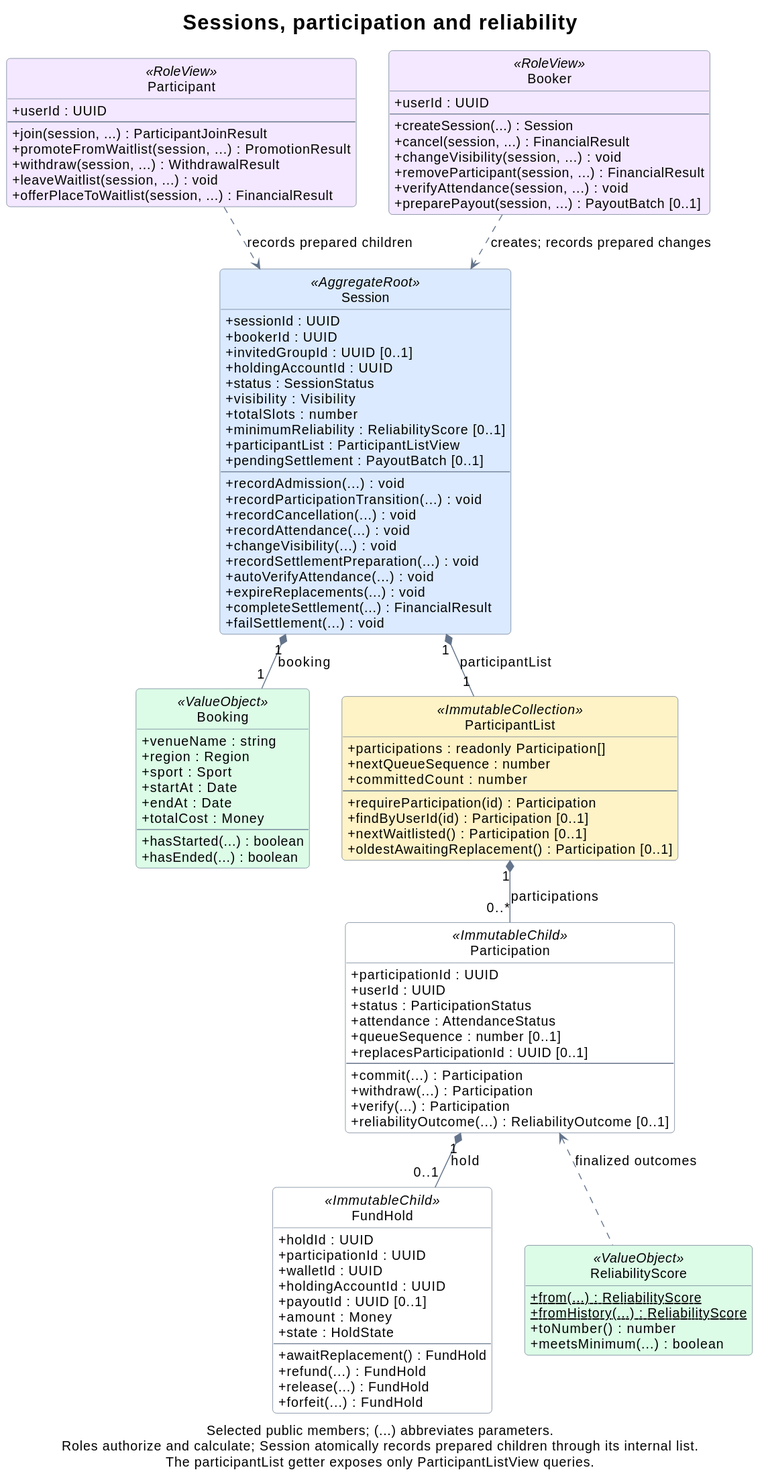
This is docs/assets/domain-sessions.svg from rbrishi15/booking-web-manager, a PlantUML export, as it was before one commit.
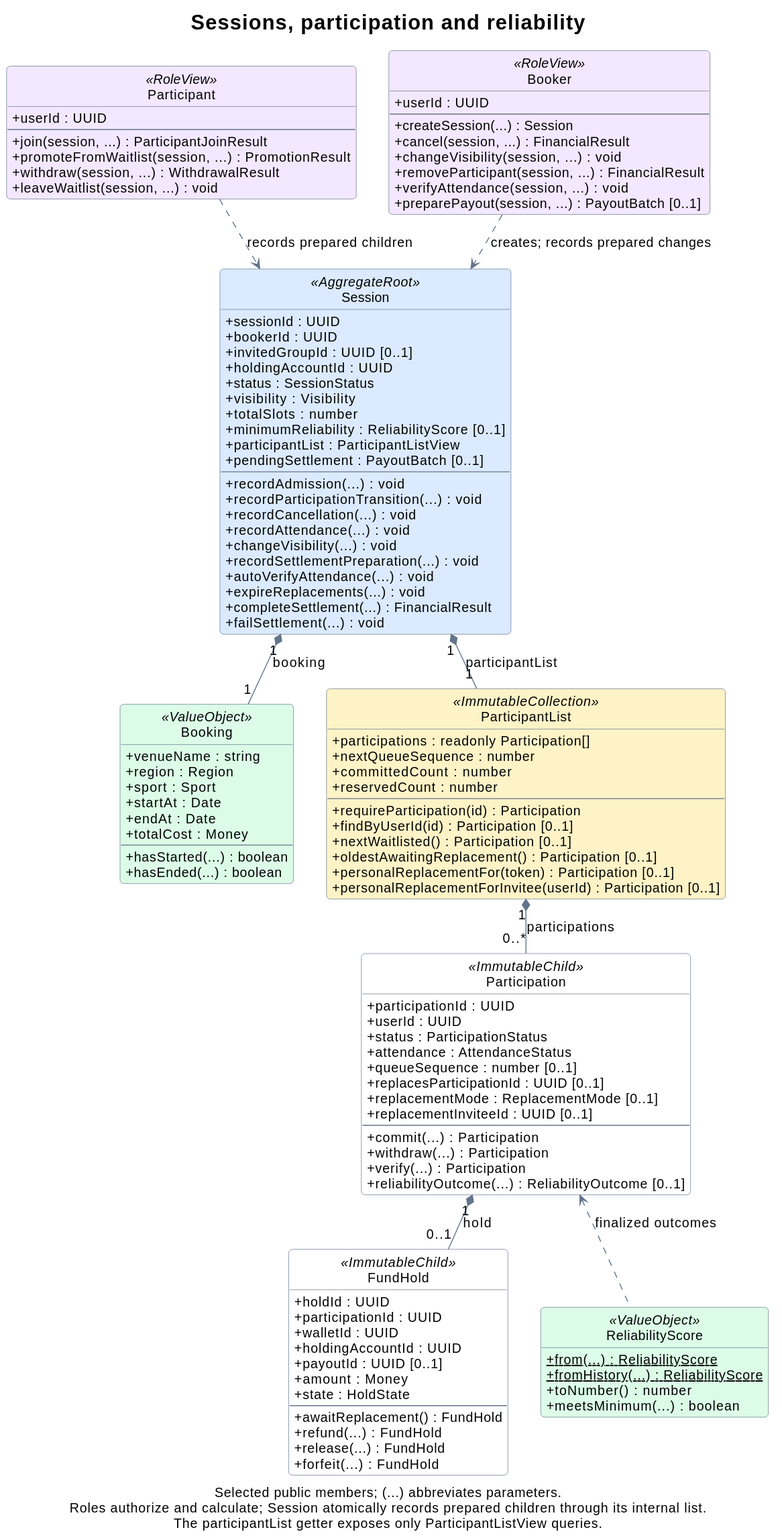
The same file after the commit.

Change to the diagram source:
```diff
@@ -53,7 +53,6 @@
   +promoteFromWaitlist(session, ...) : PromotionResult
   +withdraw(session, ...) : WithdrawalResult
   +leaveWaitlist(session, ...) : void
-  +offerPlaceToWaitlist(session, ...) : FinancialResult
 }
 
 class Booker <<RoleView>> {
@@ -83,11 +82,14 @@
   +participations : readonly Participation[]
   +nextQueueSequence : number
   +committedCount : number
+  +reservedCount : number
   --
   +requireParticipation(id) : Participation
   +findByUserId(id) : Participation [0..1]
   +nextWaitlisted() : Participation [0..1]
   +oldestAwaitingReplacement() : Participation [0..1]
+  +personalReplacementFor(token) : Participation [0..1]
+  +personalReplacementForInvitee(userId) : Participation [0..1]
 }
 
 class Participation <<ImmutableChild>> {
@@ -97,6 +99,8 @@
   +attendance : AttendanceStatus
   +queueSequence : number [0..1]
   +replacesParticipationId : UUID [0..1]
+  +replacementMode : ReplacementMode [0..1]
+  +replacementInviteeId : UUID [0..1]
   --
   +commit(...) : Participation
   +withdraw(...) : Participation
```
